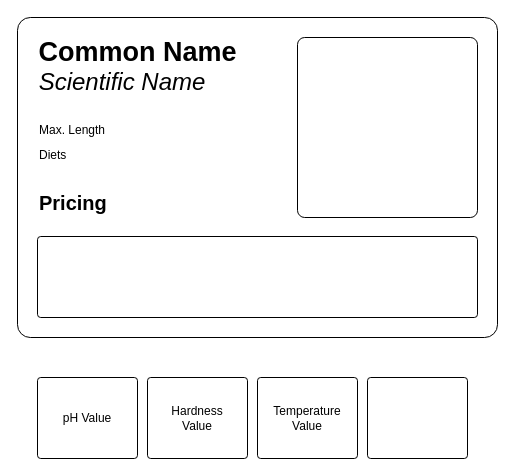
Earlier version of the draw.io diagram Aquarium.drawio (johnseetoh25/draw.io_Gallery). Source tidied: cells renumbered, new cells numbered last; positions are measured from the earlier drawing's top-left corner, leaving out a move shared by most shapes. Both pictures are drawn from the tidied source at 100%, with x=0, y=0 at pixel (17, 17).
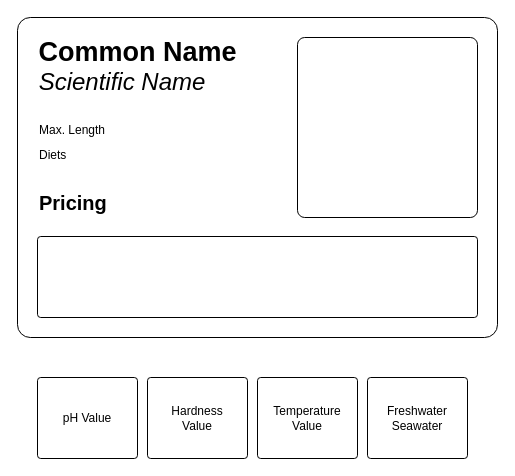
The same page after the edit.

The edit, as a diff of the source:
```diff
@@
 <mxGraphModel>
   <root>
     <mxCell id="0" />
     <mxCell id="1" parent="0" />
     <mxCell id="2" style="rounded=1;whiteSpace=wrap;html=1;arcSize=4;" parent="1" vertex="1">
       <mxGeometry width="480" height="320" as="geometry" />
     </mxCell>
     <mxCell id="3" value="&lt;b&gt;&lt;font style=&quot;font-size: 27px;&quot;&gt;Common Name&lt;/font&gt;&lt;/b&gt;" style="text;html=1;align=center;verticalAlign=middle;whiteSpace=wrap;rounded=0;" parent="1" vertex="1">
       <mxGeometry x="20" y="20" width="201" height="30" as="geometry" />
     </mxCell>
     <mxCell id="4" value="&lt;p id=&quot;20250708154516-addnu5b&quot;&gt;Scientific Name&lt;/p&gt;" style="text;html=1;align=center;verticalAlign=middle;whiteSpace=wrap;rounded=0;fontSize=24;fontStyle=2;" parent="1" vertex="1">
       <mxGeometry x="20" y="50" width="170" height="30" as="geometry" />
     </mxCell>
     <mxCell id="5" value="Max. Length" style="text;html=1;align=left;verticalAlign=middle;whiteSpace=wrap;rounded=0;" parent="1" vertex="1">
       <mxGeometry x="20" y="100" width="70" height="25" as="geometry" />
     </mxCell>
     <mxCell id="6" style="rounded=1;whiteSpace=wrap;html=1;arcSize=4;" parent="1" vertex="1">
       <mxGeometry x="20" y="219" width="440" height="81" as="geometry" />
     </mxCell>
     <mxCell id="7" value="Diets" style="text;html=1;align=left;verticalAlign=middle;whiteSpace=wrap;rounded=0;" parent="1" vertex="1">
       <mxGeometry x="20" y="125" width="70" height="25" as="geometry" />
     </mxCell>
     <mxCell id="8" value="Pricing" style="text;html=1;align=left;verticalAlign=middle;whiteSpace=wrap;rounded=0;fontStyle=1;fontSize=20;" parent="1" vertex="1">
       <mxGeometry x="20" y="170" width="70" height="30" as="geometry" />
     </mxCell>
     <mxCell id="9" style="rounded=1;whiteSpace=wrap;html=1;arcSize=4;" parent="1" vertex="1">
       <mxGeometry x="280" y="20" width="180" height="180" as="geometry" />
     </mxCell>
     <mxCell id="10" style="rounded=1;whiteSpace=wrap;html=1;arcSize=4;" parent="1" vertex="1">
       <mxGeometry x="130" y="360" width="100" height="81" as="geometry" />
     </mxCell>
     <mxCell id="11" style="rounded=1;whiteSpace=wrap;html=1;arcSize=4;" parent="1" vertex="1">
       <mxGeometry x="20" y="360" width="100" height="81" as="geometry" />
     </mxCell>
     <mxCell id="12" style="rounded=1;whiteSpace=wrap;html=1;arcSize=4;" parent="1" vertex="1">
       <mxGeometry x="350" y="360" width="100" height="81" as="geometry" />
     </mxCell>
     <mxCell id="13" style="rounded=1;whiteSpace=wrap;html=1;arcSize=4;" parent="1" vertex="1">
       <mxGeometry x="240" y="360" width="100" height="81" as="geometry" />
     </mxCell>
     <mxCell id="14" value="pH Value" style="text;html=1;align=center;verticalAlign=middle;whiteSpace=wrap;rounded=0;" parent="1" vertex="1">
       <mxGeometry x="40" y="385.5" width="60" height="30" as="geometry" />
     </mxCell>
     <mxCell id="15" value="Hardness Value" style="text;html=1;align=center;verticalAlign=middle;whiteSpace=wrap;rounded=0;" parent="1" vertex="1">
       <mxGeometry x="150" y="385.5" width="60" height="30" as="geometry" />
     </mxCell>
     <mxCell id="16" value="Temperature Value" style="text;html=1;align=center;verticalAlign=middle;whiteSpace=wrap;rounded=0;" parent="1" vertex="1">
       <mxGeometry x="255" y="385.5" width="70" height="30" as="geometry" />
     </mxCell>
+    <mxCell id="17" value="Freshwater&lt;div&gt;Seawater&lt;/div&gt;" style="text;html=1;align=center;verticalAlign=middle;whiteSpace=wrap;rounded=0;" parent="1" vertex="1">
+      <mxGeometry x="365" y="385.5" width="70" height="30" as="geometry" />
+    </mxCell>
   </root>
 </mxGraphModel>
```
